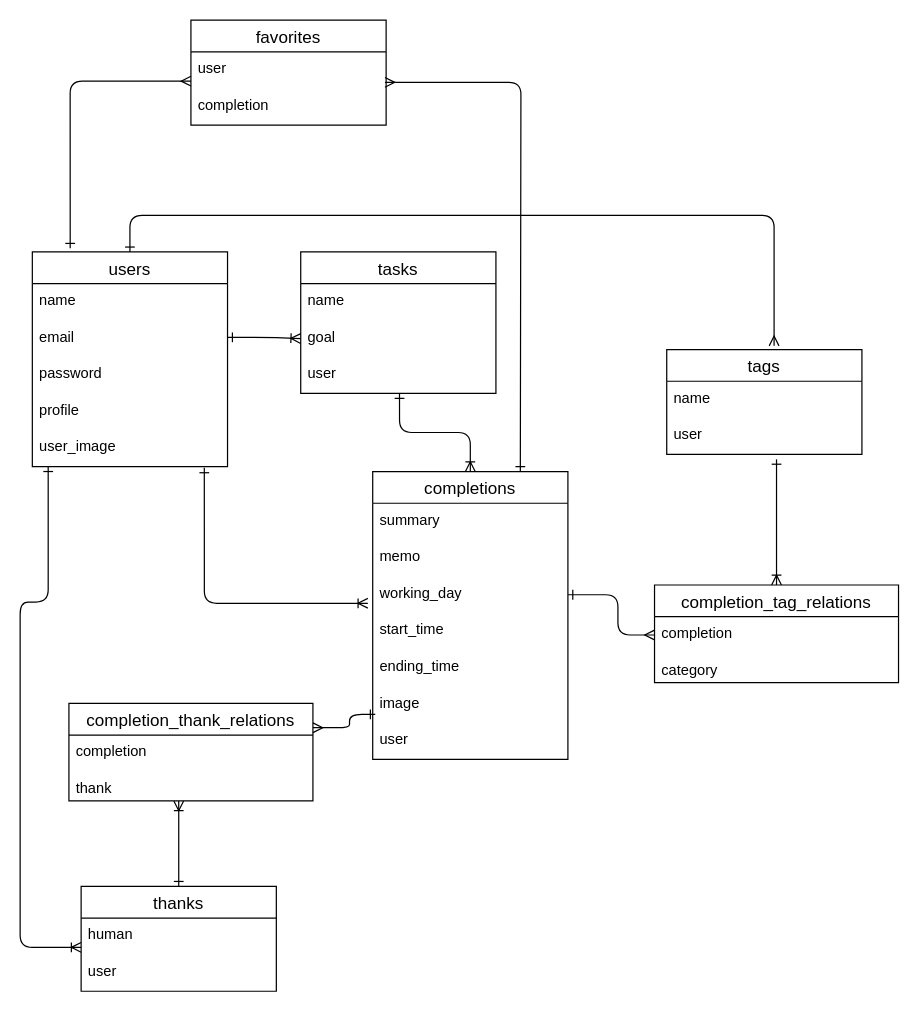
Earlier version of the draw.io diagram ER.dio (st-maru/did_it). Source tidied: cells renumbered, new cells numbered last; positions are measured from the earlier drawing's top-left corner, leaving out a move shared by most shapes. Both pictures are drawn from the tidied source at 122%, with x=0, y=0 at pixel (20, 20).
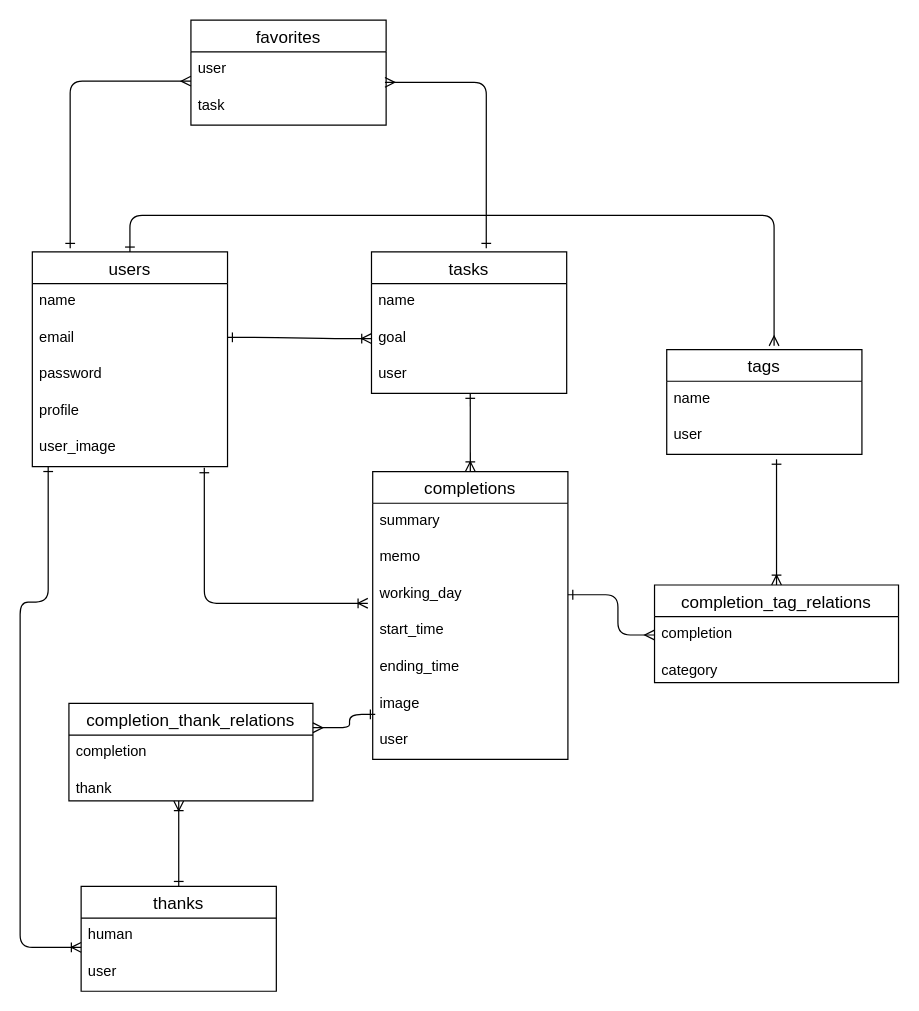
Above is the later version.

Unchanged cells that the change refers to:
```xml
<mxCell id="10" value="goal" style="text;strokeColor=none;fillColor=none;spacingLeft=4;spacingRight=4;overflow=hidden;points=[[0,0.5],[1,0.5]];portConstraint=eastwest;fontSize=12;" parent="8" vertex="1">
  <mxGeometry y="56" width="160" height="30" as="geometry" />
</mxCell>
<mxCell id="41" value="favorites" style="swimlane;fontStyle=0;horizontal=1;startSize=26;align=center;fontSize=14;" parent="1" vertex="1">
  <mxGeometry x="140" width="160" height="86" as="geometry" />
</mxCell>
<mxCell id="42" value="user" style="text;strokeColor=none;fillColor=none;spacingLeft=4;spacingRight=4;overflow=hidden;points=[[0,0.5],[1,0.5]];portConstraint=eastwest;fontSize=12;" parent="41" vertex="1">
  <mxGeometry y="26" width="160" height="30" as="geometry" />
</mxCell>
```

The edit, as a diff of the source:
```diff
@@
     <mxCell id="8" value="tasks" style="swimlane;fontStyle=0;horizontal=1;startSize=26;align=center;fontSize=14;" parent="1" vertex="1">
-      <mxGeometry x="230" y="190" width="160" height="116" as="geometry" />
+      <mxGeometry x="288" y="190" width="160" height="116" as="geometry" />
     </mxCell>
@@
-    <mxCell id="26" style="edgeStyle=entityRelationEdgeStyle;fontSize=12;html=1;endArrow=ERoneToMany;startArrow=ERone;startFill=0;" parent="1" edge="1">
+    <mxCell id="26" style="edgeStyle=entityRelationEdgeStyle;fontSize=12;html=1;endArrow=ERoneToMany;startArrow=ERone;startFill=0;entryX=0;entryY=0.5;entryDx=0;entryDy=0;" parent="1" edge="1" target="10">
       <mxGeometry relative="1" as="geometry">
         <mxPoint x="170" y="260" as="sourcePoint" />
-        <mxPoint x="230" y="261" as="targetPoint" />
       </mxGeometry>
     </mxCell>
@@
-    <mxCell id="43" value="completion" style="text;strokeColor=none;fillColor=none;spacingLeft=4;spacingRight=4;overflow=hidden;fontSize=12;" parent="41" vertex="1">
+    <mxCell id="43" value="task" style="text;strokeColor=none;fillColor=none;spacingLeft=4;spacingRight=4;overflow=hidden;fontSize=12;" parent="41" vertex="1">
       <mxGeometry y="56" width="160" height="30" as="geometry" />
     </mxCell>
@@
-    <mxCell id="45" style="edgeStyle=orthogonalEdgeStyle;fontSize=12;html=1;endArrow=ERmany;entryX=0.994;entryY=0.833;entryDx=0;entryDy=0;entryPerimeter=0;startArrow=ERone;startFill=0;" parent="1" edge="1" target="42">
-      <mxGeometry relative="1" as="geometry">
-        <mxPoint x="410" y="370" as="sourcePoint" />
-      </mxGeometry>
+    <mxCell id="45" style="edgeStyle=orthogonalEdgeStyle;fontSize=12;html=1;endArrow=ERmany;entryX=0.994;entryY=0.833;entryDx=0;entryDy=0;entryPerimeter=0;startArrow=ERone;startFill=0;exitX=0.588;exitY=-0.026;exitDx=0;exitDy=0;exitPerimeter=0;" parent="1" edge="1" source="8" target="42">
+      <mxGeometry relative="1" as="geometry" />
     </mxCell>
```
